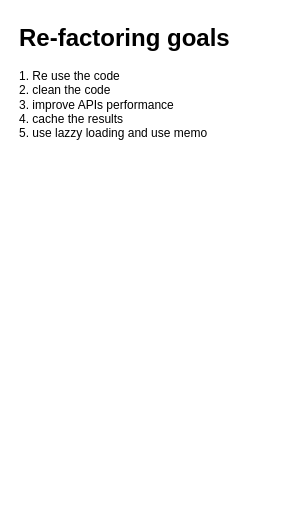
Above: components_base_ui.drawio in zeeshan-noname/draw.io (draw.io), before the change. Source tidied: cells renumbered, new cells numbered last; positions are measured from the earlier drawing's top-left corner, leaving out a move shared by most shapes. Both pictures are drawn from the tidied source at 100%, with x=0, y=0 at pixel (17, 17).
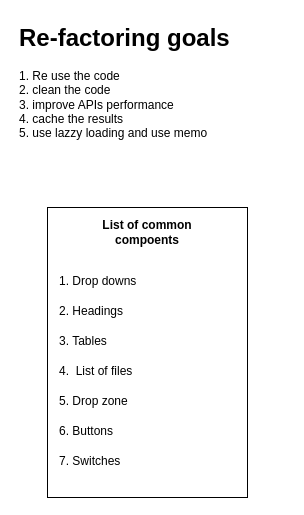
After the change.

Change to the diagram source:
```diff
@@
 <mxGraphModel>
   <root>
     <mxCell id="0" />
     <mxCell id="1" parent="0" />
     <mxCell id="2" value="&lt;h1 style=&quot;margin-top: 0px;&quot;&gt;Re-factoring goals&lt;/h1&gt;&lt;p&gt;1. Re use the code&lt;br&gt;2. clean the code&lt;br&gt;3. improve APIs performance&amp;nbsp;&lt;br&gt;4. cache the results&amp;nbsp;&lt;br&gt;5. use lazzy loading and use memo&lt;/p&gt;" style="text;html=1;whiteSpace=wrap;overflow=hidden;rounded=0;" parent="1" vertex="1">
       <mxGeometry width="270" height="130" as="geometry" />
     </mxCell>
+    <mxCell id="3" style="rounded=0;whiteSpace=wrap;html=1;fillColor=none;" parent="1" vertex="1">
+      <mxGeometry x="30" y="190" width="200" height="290" as="geometry" />
+    </mxCell>
+    <mxCell id="4" value="&lt;b&gt;List of common compoents&lt;/b&gt;" style="text;html=1;align=center;verticalAlign=middle;whiteSpace=wrap;rounded=0;" parent="1" vertex="1">
+      <mxGeometry x="65" y="200" width="130" height="30" as="geometry" />
+    </mxCell>
+    <mxCell id="5" value="1. Drop downs" style="text;html=1;align=left;verticalAlign=top;whiteSpace=wrap;rounded=0;" parent="1" vertex="1">
+      <mxGeometry x="40" y="250" width="180" height="30" as="geometry" />
+    </mxCell>
+    <mxCell id="6" value="2. Headings" style="text;html=1;align=left;verticalAlign=top;whiteSpace=wrap;rounded=0;" parent="1" vertex="1">
+      <mxGeometry x="40" y="280" width="180" height="30" as="geometry" />
+    </mxCell>
+    <mxCell id="7" value="3. Tables" style="text;html=1;align=left;verticalAlign=top;whiteSpace=wrap;rounded=0;" parent="1" vertex="1">
+      <mxGeometry x="40" y="310" width="180" height="30" as="geometry" />
+    </mxCell>
+    <mxCell id="8" value="4.&amp;nbsp; List of files" style="text;html=1;align=left;verticalAlign=top;whiteSpace=wrap;rounded=0;" parent="1" vertex="1">
+      <mxGeometry x="40" y="340" width="180" height="30" as="geometry" />
+    </mxCell>
+    <mxCell id="9" value="5. Drop zone" style="text;html=1;align=left;verticalAlign=top;whiteSpace=wrap;rounded=0;" parent="1" vertex="1">
+      <mxGeometry x="40" y="370" width="180" height="30" as="geometry" />
+    </mxCell>
+    <mxCell id="10" value="6. Buttons" style="text;html=1;align=left;verticalAlign=top;whiteSpace=wrap;rounded=0;" parent="1" vertex="1">
+      <mxGeometry x="40" y="400" width="180" height="30" as="geometry" />
+    </mxCell>
+    <mxCell id="11" value="7. Switches" style="text;html=1;align=left;verticalAlign=top;whiteSpace=wrap;rounded=0;" parent="1" vertex="1">
+      <mxGeometry x="40" y="430" width="180" height="30" as="geometry" />
+    </mxCell>
   </root>
 </mxGraphModel>
```
